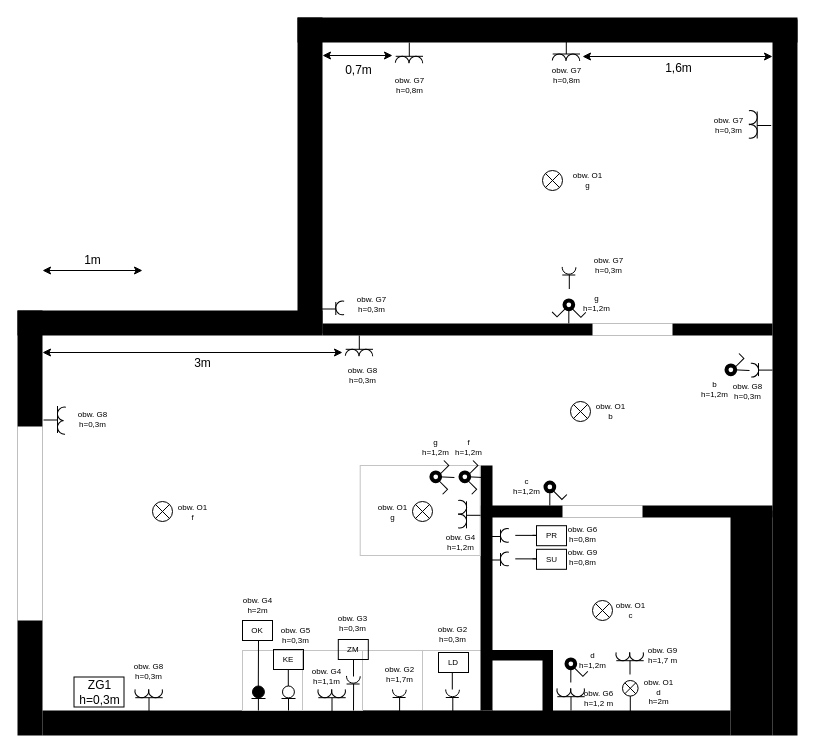
Earlier version of the draw.io diagram Untitled Diagram.drawio (arkadiuszpasek/drawio). Source tidied: cells renumbered, new cells numbered last; positions are measured from the earlier drawing's top-left corner, leaving out a move shared by most shapes. Both pictures are drawn from the tidied source at 100%, with x=0, y=0 at pixel (17, 17).
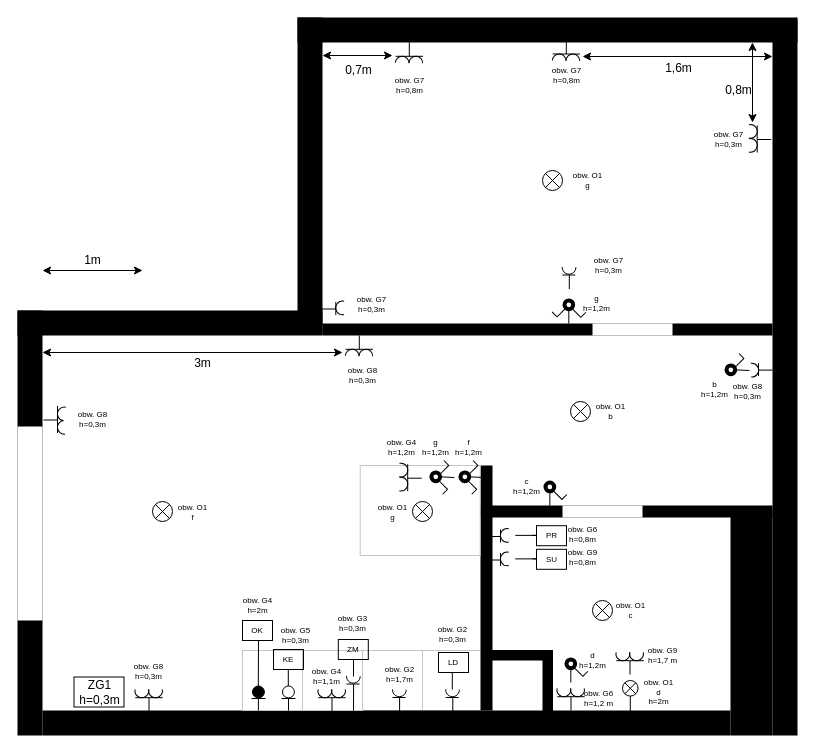
The same diagram, later.

Diff of the diagram source:
```diff
@@
     <mxCell id="42" style="group;rotation=-90;" parent="1" vertex="1">
-      <mxGeometry x="722.7" y="93" width="32.3" height="30.2" as="geometry" />
+      <mxGeometry x="722.7" y="107" width="32.3" height="30.2" as="geometry" />
     </mxCell>
@@
     <mxCell id="136" style="group;" parent="1" vertex="1">
-      <mxGeometry x="432.8" y="480.3" width="30.2" height="32.7" as="geometry" />
+      <mxGeometry x="374" y="443.2" width="30.2" height="32.7" as="geometry" />
     </mxCell>
@@
     <mxCell id="154" value="&lt;div style=&quot;font-size: 8px;&quot;&gt;obw. G7&lt;/div&gt;&lt;div style=&quot;font-size: 8px;&quot;&gt;h=0,3m&lt;/div&gt;" style="text;html=1;align=center;verticalAlign=middle;strokeColor=none;fillColor=none;fontSize=8;" parent="1" vertex="1">
-      <mxGeometry x="691" y="93.2" width="40" height="30" as="geometry" />
+      <mxGeometry x="691" y="107.2" width="40" height="30" as="geometry" />
     </mxCell>
@@
     <mxCell id="184" value="&lt;div style=&quot;font-size: 8px&quot;&gt;obw. G4&lt;/div&gt;&lt;div style=&quot;font-size: 8px&quot;&gt;h=1,2m&lt;/div&gt;" style="text;html=1;align=center;verticalAlign=middle;strokeColor=none;fillColor=none;fontSize=8;" parent="1" vertex="1">
-      <mxGeometry x="423" y="510.3" width="40" height="30" as="geometry" />
+      <mxGeometry x="364.2" y="414.5" width="40" height="30" as="geometry" />
     </mxCell>
@@
+    <mxCell id="201" style="endArrow=classic;startArrow=classic;html=1;rounded=0;fontSize=8;fontColor=#000000;strokeColor=#000000;strokeWidth=1;" parent="1" edge="1">
+      <mxGeometry relative="1" as="geometry">
+        <mxPoint x="735" y="25" as="sourcePoint" />
+        <mxPoint x="735" y="105" as="targetPoint" />
+      </mxGeometry>
+    </mxCell>
+    <mxCell id="202" value="0,8m" style="text;html=1;align=center;verticalAlign=middle;strokeColor=none;fillColor=none;" parent="1" vertex="1">
+      <mxGeometry x="700.5" y="62.5" width="40" height="20" as="geometry" />
+    </mxCell>
```
